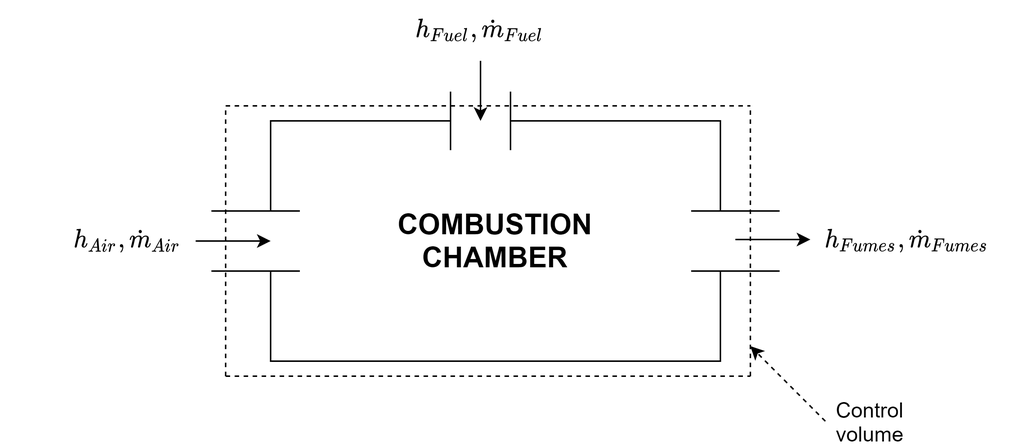
Before: Chapitre_7/Images/CC.png, a diagram exported from draw.io (Boreas3/TFE). Source tidied: cells renumbered, new cells last; positions are measured from the earlier drawing's top-left corner, leaving out a move shared by most shapes.
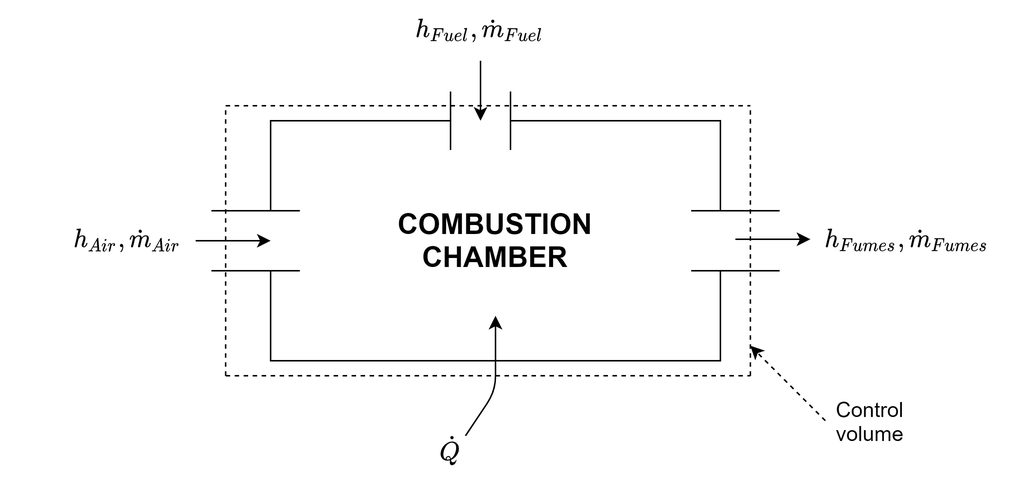
After the change.

Diff of the diagram source:
```diff
@@ -95,5 +95,18 @@
     <mxCell id="24" value="Control volume" style="text;html=1;strokeColor=none;fillColor=none;align=center;verticalAlign=middle;whiteSpace=wrap;rounded=0;dashed=1;fontSize=14;" parent="1" vertex="1">
       <mxGeometry x="560" y="270" width="40" height="20" as="geometry" />
     </mxCell>
+    <mxCell id="25" style="endArrow=classic;html=1;" parent="1" edge="1">
+      <mxGeometry relative="1" as="geometry">
+        <mxPoint x="310" y="290" as="sourcePoint" />
+        <mxPoint x="330" y="210" as="targetPoint" />
+        <Array as="points">
+          <mxPoint x="330" y="260" />
+          <mxPoint x="330" y="240" />
+        </Array>
+      </mxGeometry>
+    </mxCell>
+    <mxCell id="26" value="$$\dot{Q}$$" style="text;html=1;strokeColor=none;fillColor=none;align=center;verticalAlign=middle;whiteSpace=wrap;rounded=0;dashed=1;fontSize=14;" parent="1" vertex="1">
+      <mxGeometry x="280" y="290" width="40" height="20" as="geometry" />
+    </mxCell>
   </root>
 </mxGraphModel>
```
